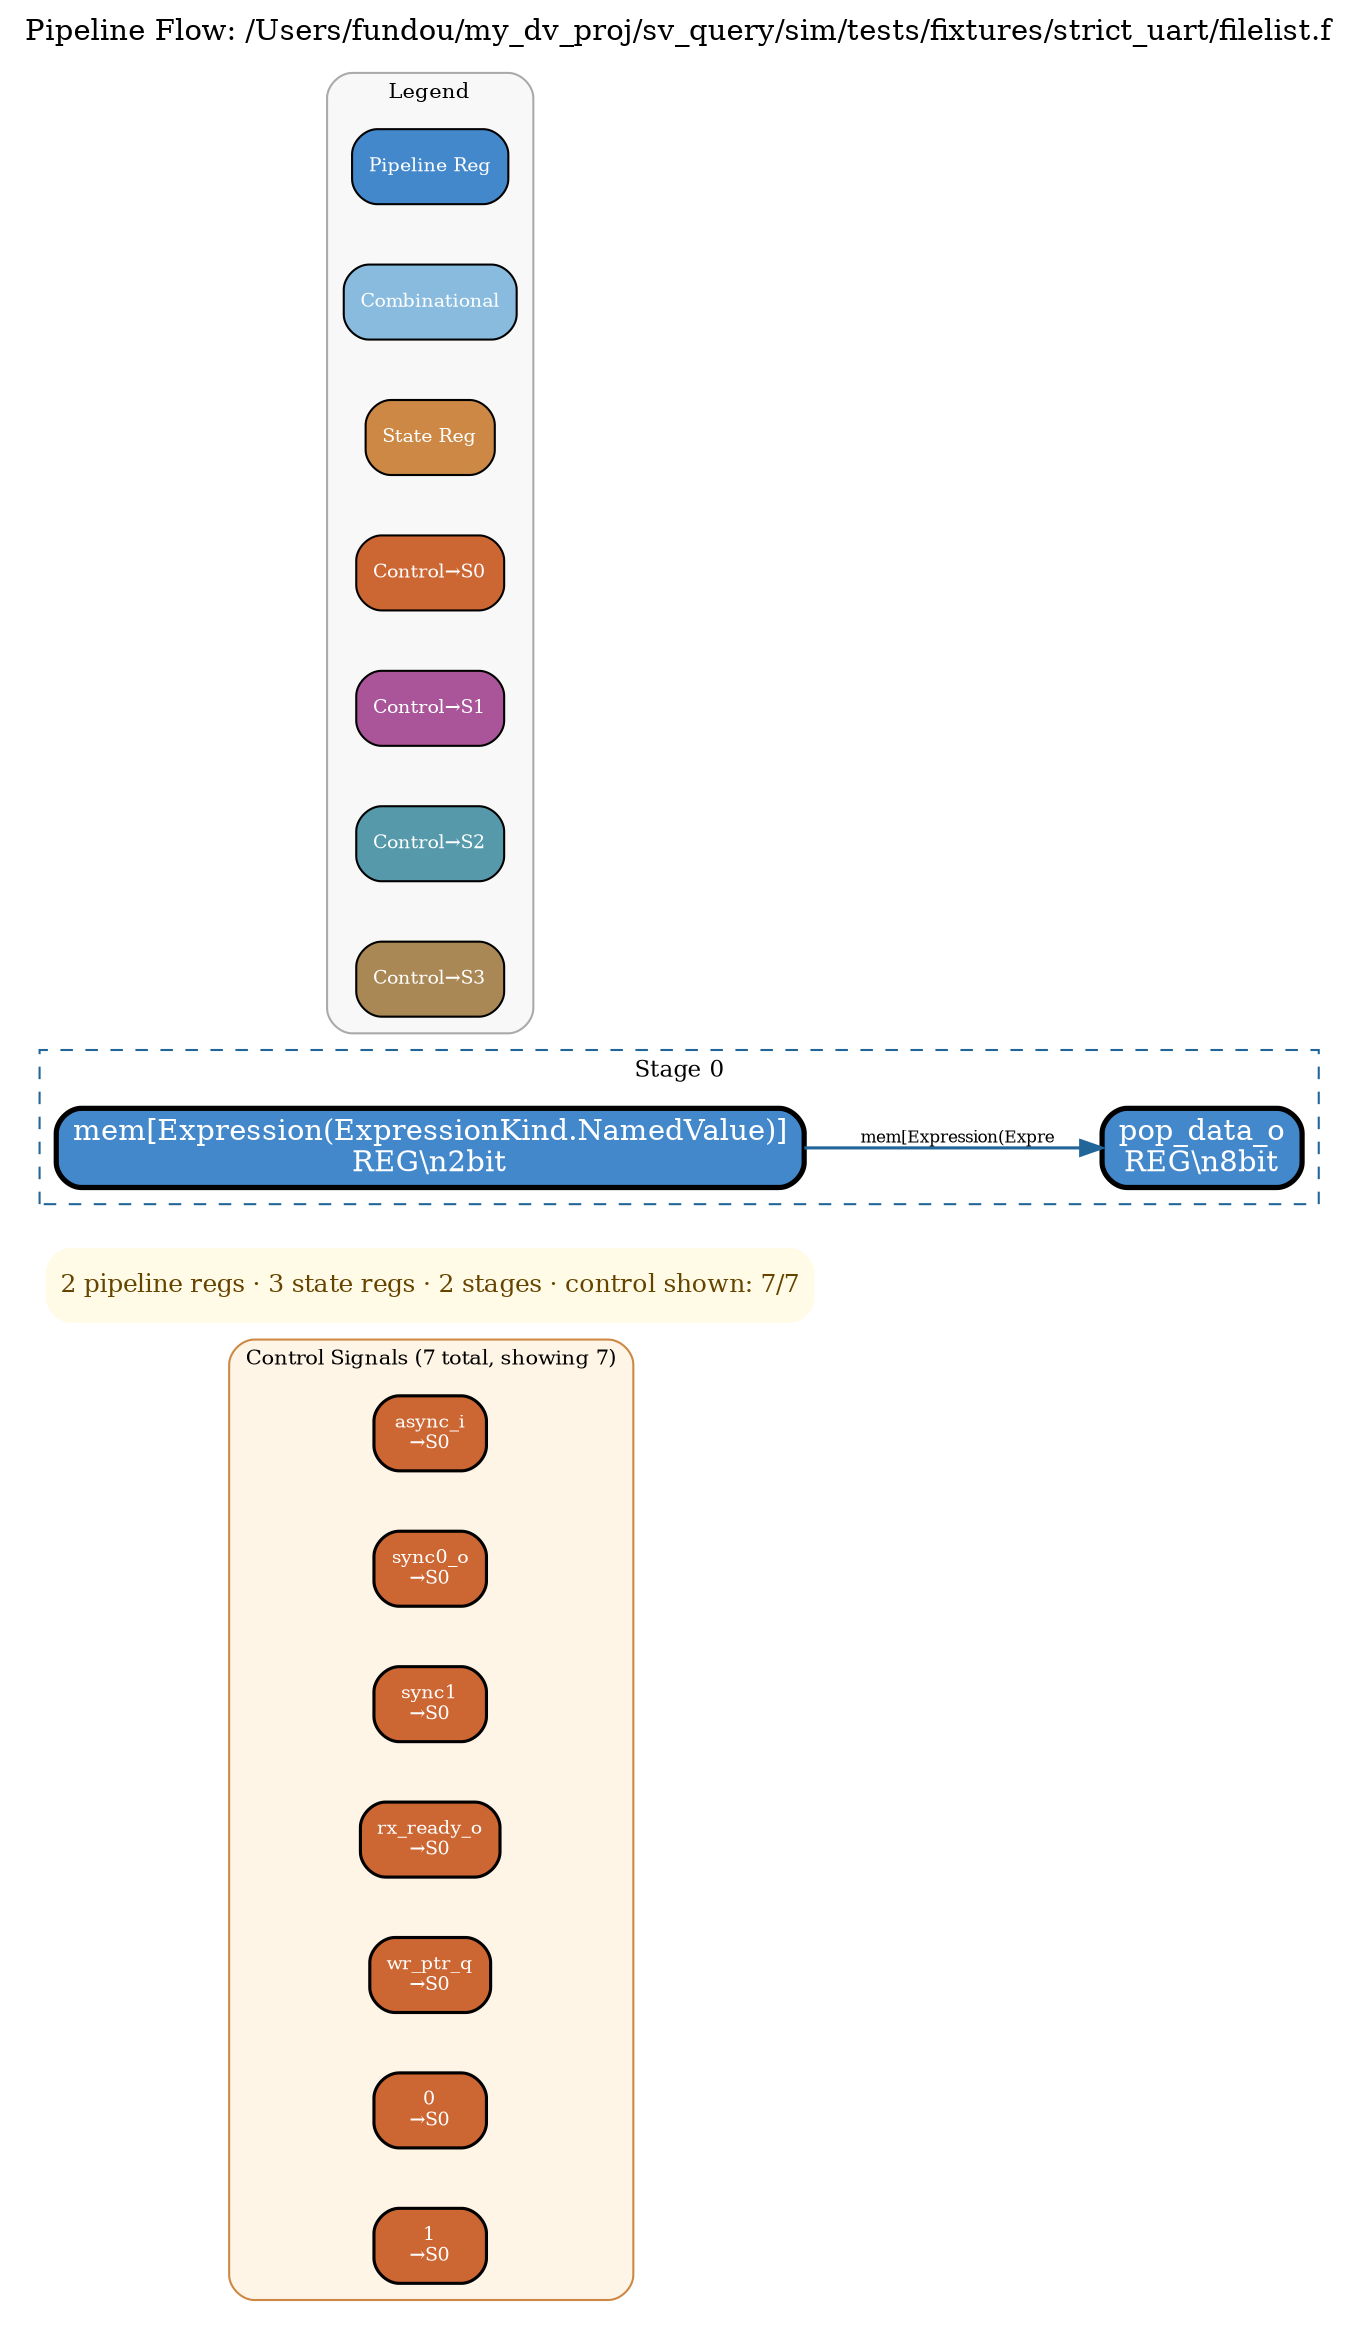
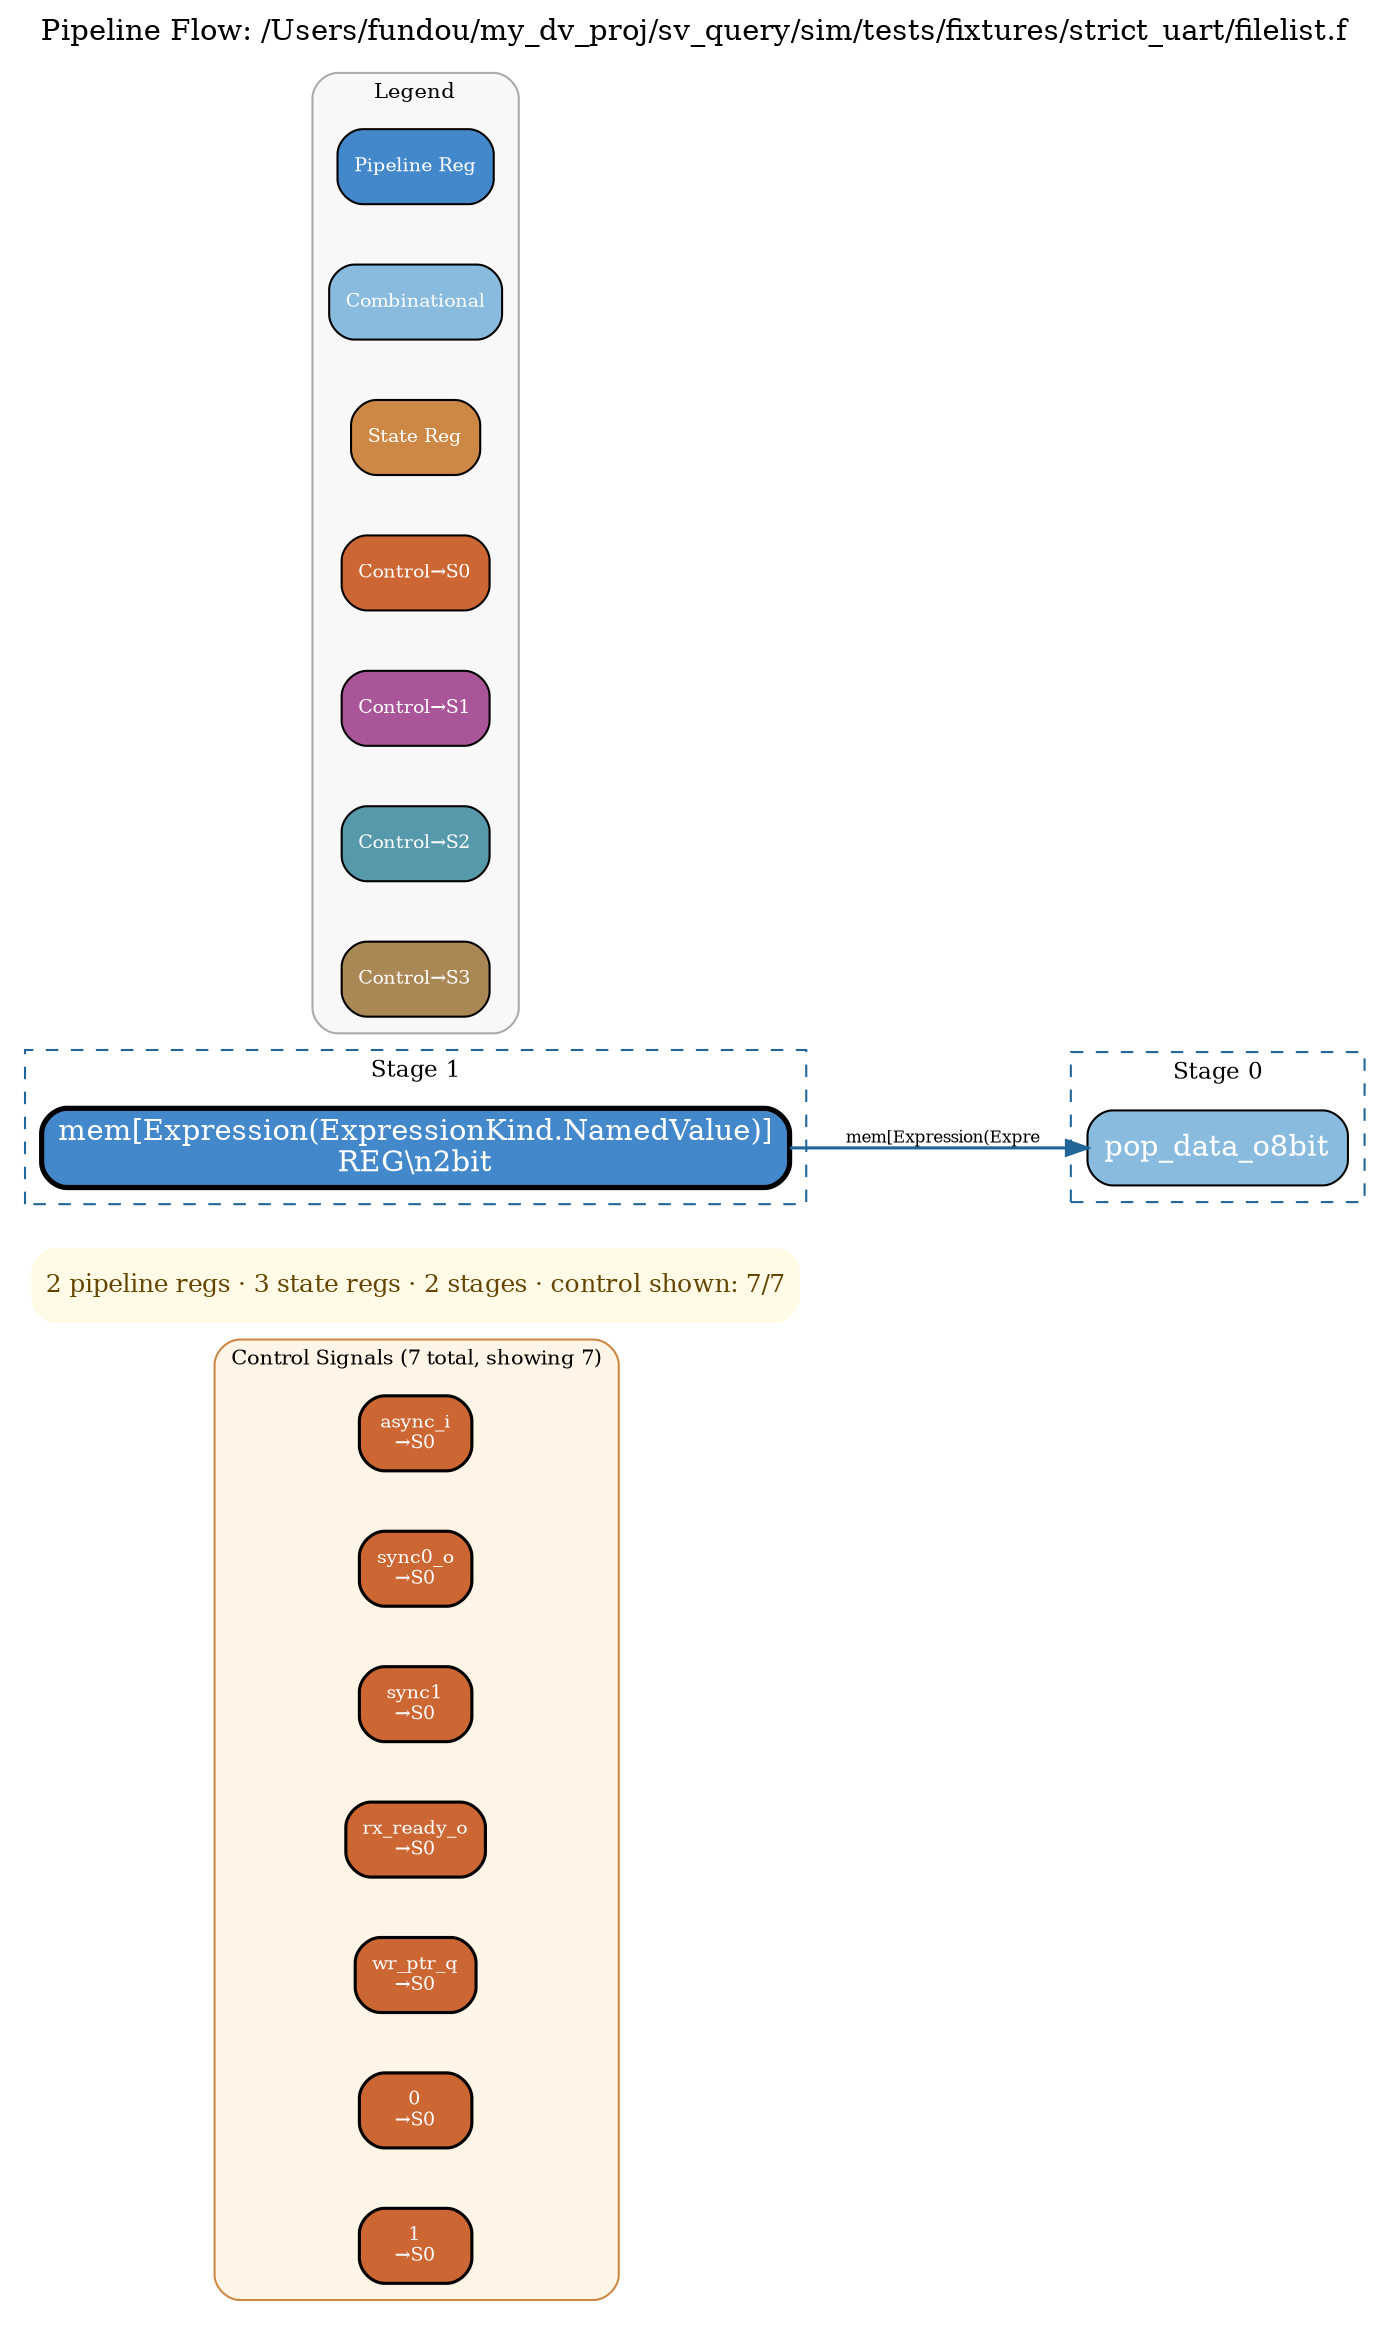
digraph pipeline {
  rankdir=LR;
  ranksep=0.6;
  nodesep=0.4;
  label="Pipeline Flow: /Users/fundou/my_dv_proj/sv_query/sim/tests/fixtures/strict_uart/filelist.f";
  labelloc=t;
  fontsize=14;
  splines=polyline;

  // 2 pipeline regs, 2 control regs
  // 3 state regs, 2 stages

  // === Control signals header row (top, color-coded by target stage) ===
  subgraph cluster_control_header {
    label="Control Signals (7 total, showing 7)";
    style="rounded,filled";
    fillcolor="#fff5e6";
    color="#cc8844";
    fontsize=10;
    rank=min;
    "synchronizer.async_i" [label="async_i\n→S0" shape=box style="rounded,filled" fillcolor="#cc6633" fontcolor="white" penwidth=1.5 fontsize=9];
    "synchronizer.sync0_o" [label="sync0_o\n→S0" shape=box style="rounded,filled" fillcolor="#cc6633" fontcolor="white" penwidth=1.5 fontsize=9];
    "synchronizer.sync1" [label="sync1\n→S0" shape=box style="rounded,filled" fillcolor="#cc6633" fontcolor="white" penwidth=1.5 fontsize=9];
    "uart_top.rx_ready_o" [label="rx_ready_o\n→S0" shape=box style="rounded,filled" fillcolor="#cc6633" fontcolor="white" penwidth=1.5 fontsize=9];
    "sync_fifo.wr_ptr_q" [label="wr_ptr_q\n→S0" shape=box style="rounded,filled" fillcolor="#cc6633" fontcolor="white" penwidth=1.5 fontsize=9];
    "0" [label="0\n→S0" shape=box style="rounded,filled" fillcolor="#cc6633" fontcolor="white" penwidth=1.5 fontsize=9];
    "1" [label="1\n→S0" shape=box style="rounded,filled" fillcolor="#cc6633" fontcolor="white" penwidth=1.5 fontsize=9];
  }

  // === TL;DR ===
  TLDR [shape=plaintext, label="2 pipeline regs · 3 state regs · 2 stages · control shown: 7/7",
        fontsize=12, fontcolor="#664400",
        fillcolor="#fffbe6", style="rounded,filled",
        margin=0.1];
  subgraph cluster_stage0 {
    label="Stage 0";
    style=dashed;
    color="#226699";
    fontsize=11;
-     "sync_fifo.mem[Expression(ExpressionKind.NamedValue)]" [label="mem[Expression(ExpressionKind.NamedValue)]\nREG\\n2bit" shape=box style="rounded,filled" fillcolor="#4488cc" fontcolor="white" penwidth=2.5];
-     "sync_fifo.pop_data_o" [label="pop_data_o\
- 8bit" shape=box style="rounded,filled" fillcolor="#88bbdd" fontcolor="white" penwidth=1];
+     "sync_fifo.pop_data_o" [label="pop_data_o\nREG\\n8bit" shape=box style="rounded,filled" fillcolor="#4488cc" fontcolor="white" penwidth=2.5];
  }

  subgraph cluster_stage1 {
    label="Stage 1";
    style=dashed;
    color="#226699";
    fontsize=11;
-     "sync_fifo.pop_data_o" [label="pop_data_o\nREG\\n8bit" shape=box style="rounded,filled" fillcolor="#4488cc" fontcolor="white" penwidth=2.5];
+     "sync_fifo.mem[Expression(ExpressionKind.NamedValue)]" [label="mem[Expression(ExpressionKind.NamedValue)]\nREG\\n2bit" shape=box style="rounded,filled" fillcolor="#4488cc" fontcolor="white" penwidth=2.5];
+     "sync_fifo.pop_data_o" [label="pop_data_o\
+ 8bit" shape=box style="rounded,filled" fillcolor="#88bbdd" fontcolor="white" penwidth=1];
  }

  // === Data edges (stage → stage) ===
  "sync_fifo.mem[Expression(ExpressionKind.NamedValue)]" -> "sync_fifo.pop_data_o" [color="#226699" penwidth=1.5 label="mem[Expression(Expre" fontsize=8];

  // === Control edges (dashed, color-matched to target stage) ===

  // === Legend ===
  subgraph cluster_legend {
    label="Legend";
    style="rounded,filled";
    fillcolor="#f8f8f8";
    color="#aaaaaa";
    fontsize=10;
    rank=sink;
    "legend_pipeline_0" [label="Pipeline Reg" shape=box,style="filled,rounded" fillcolor="#4488cc" fontcolor="white" fontsize=9];
    "legend_pipeline_1" [label="Combinational" shape=box,style="filled,rounded" fillcolor="#88bbdd" fontcolor="white" fontsize=9];
    "legend_pipeline_2" [label="State Reg" shape=box,style="filled,rounded" fillcolor="#cc8844" fontcolor="white" fontsize=9];
    "legend_pipeline_3" [label="Control→S0" shape=box,style="filled,rounded" fillcolor="#cc6633" fontcolor="white" fontsize=9];
    "legend_pipeline_4" [label="Control→S1" shape=box,style="filled,rounded" fillcolor="#aa5599" fontcolor="white" fontsize=9];
    "legend_pipeline_5" [label="Control→S2" shape=box,style="filled,rounded" fillcolor="#5599aa" fontcolor="white" fontsize=9];
    "legend_pipeline_6" [label="Control→S3" shape=box,style="filled,rounded" fillcolor="#aa8855" fontcolor="white" fontsize=9];
  }
}